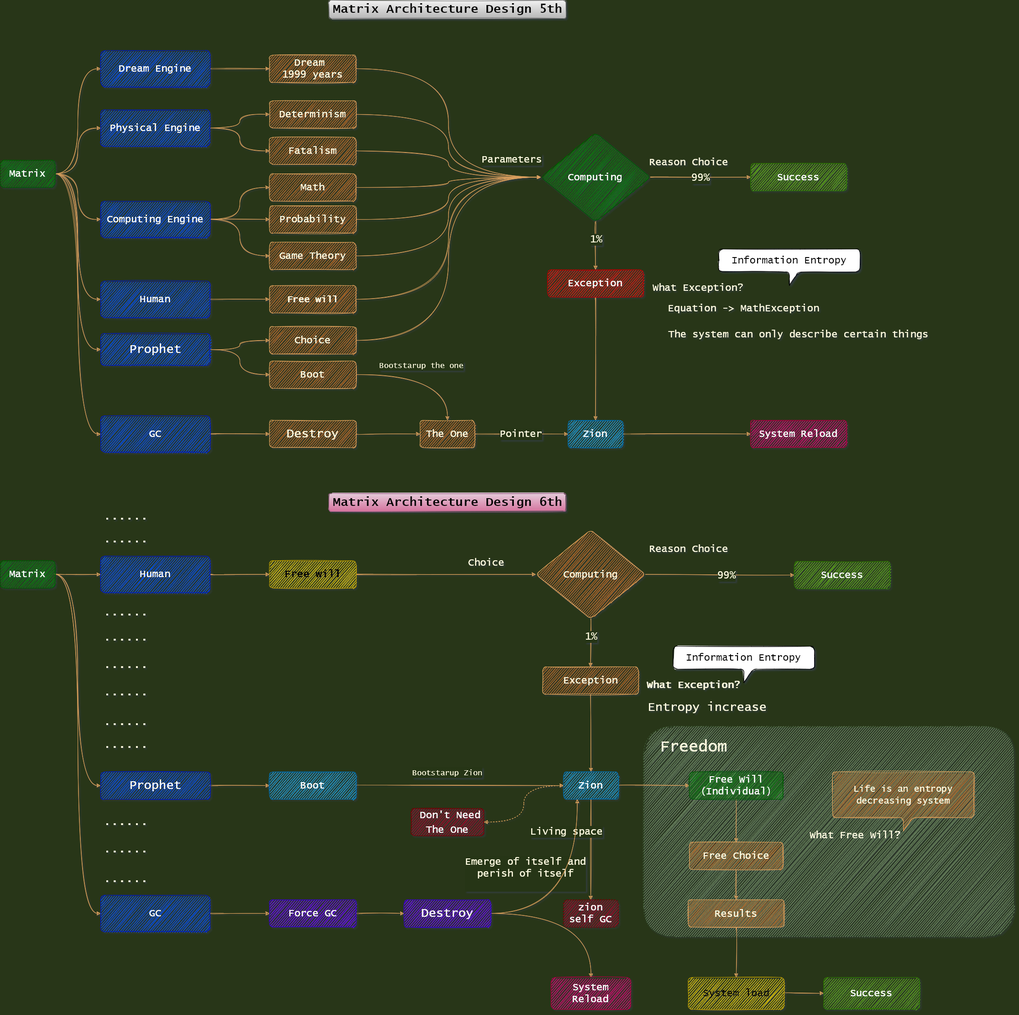
Above: matrix.png in yoyofx/Talk_About_Matrix (draw.io), before the change. Source tidied: cells renumbered, new cells last; positions are measured from the earlier drawing's top-left corner, leaving out a move shared by most shapes.
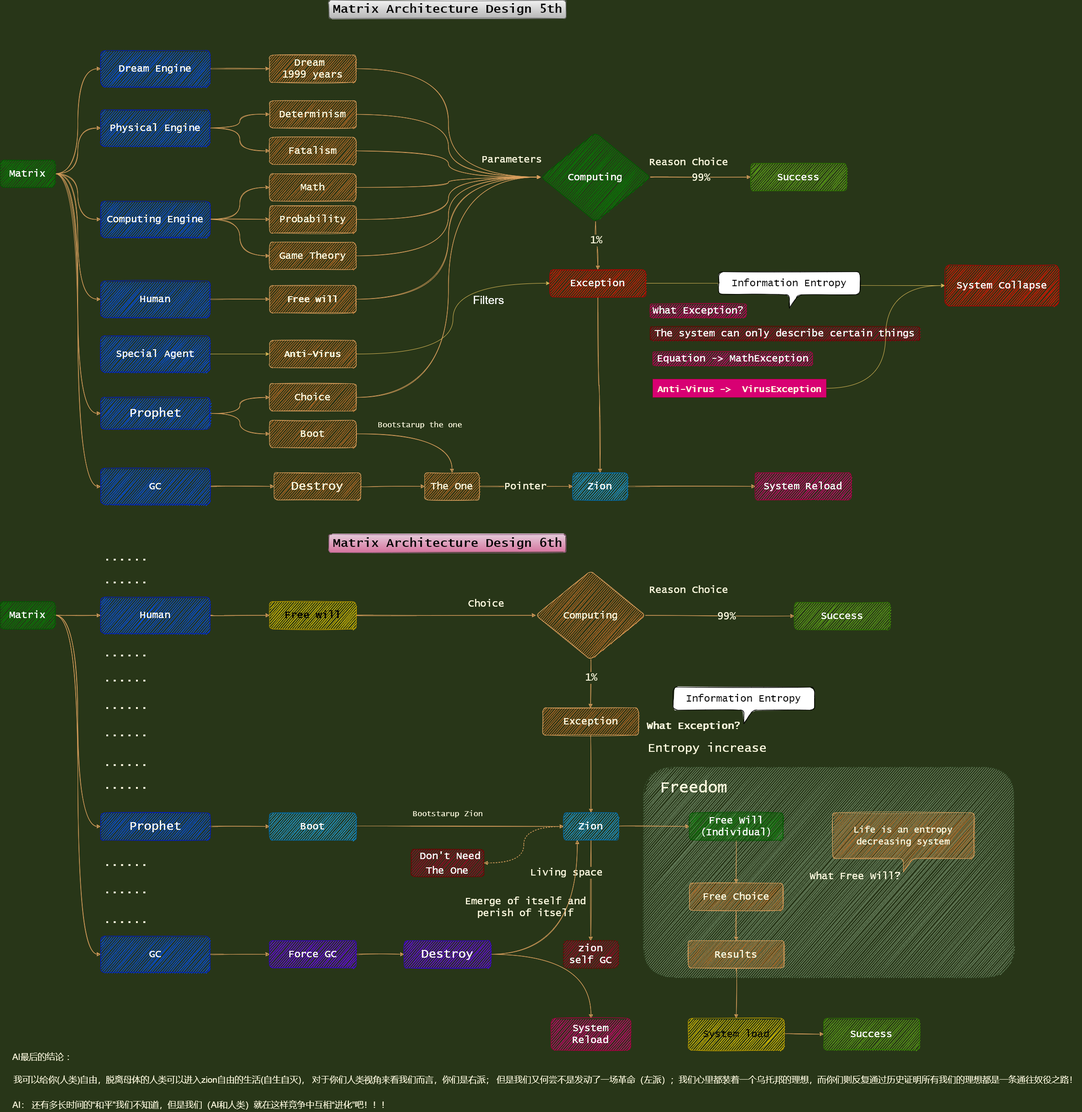
Later version of the same file.

What changed in the source:
```diff
@@ -8,3 +8,3 @@
     <mxCell id="3" value="Matrix A&lt;span style=&quot;font-size: 27px;&quot;&gt;rchitecture Design 5th&lt;br style=&quot;font-size: 27px;&quot;&gt;&lt;/span&gt;" style="text;html=1;align=center;verticalAlign=middle;strokeColor=#666666;fillColor=#f5f5f5;fontFamily=Lucida Console;fontStyle=1;fontSize=27;rounded=1;sketch=1;gradientColor=#b3b3b3;" parent="1" vertex="1">
-      <mxGeometry x="720" width="520" height="40" as="geometry" />
+      <mxGeometry x="720" y="-90" width="520" height="40" as="geometry" />
     </mxCell>
@@ -17,3 +17,3 @@
     <mxCell id="6" value="&lt;div&gt;Physical Engine&lt;/div&gt;" style="whiteSpace=wrap;html=1;fontFamily=Lucida Console;fontSize=22;fillColor=#0050ef;strokeColor=#001DBC;fontColor=#ffffff;rounded=1;sketch=1;" parent="1" vertex="1">
-      <mxGeometry x="220" y="240" width="240" height="80" as="geometry" />
+      <mxGeometry x="220" y="150" width="240" height="80" as="geometry" />
     </mxCell>
@@ -29,3 +29,3 @@
     <mxCell id="10" value="&lt;div&gt;Computing Engine&lt;/div&gt;" style="whiteSpace=wrap;html=1;fontFamily=Lucida Console;fontSize=22;fillColor=#0050ef;strokeColor=#001DBC;fontColor=#ffffff;rounded=1;sketch=1;" parent="1" vertex="1">
-      <mxGeometry x="220" y="440" width="240" height="80" as="geometry" />
+      <mxGeometry x="220" y="350" width="240" height="80" as="geometry" />
     </mxCell>
@@ -35,3 +35,3 @@
     <mxCell id="12" value="Determinism" style="whiteSpace=wrap;html=1;fontFamily=Lucida Console;fontSize=22;fillColor=#BC6C25;strokeColor=#DDA15E;fontColor=#FEFAE0;rounded=1;sketch=1;" parent="1" vertex="1">
-      <mxGeometry x="590" y="220" width="190" height="60" as="geometry" />
+      <mxGeometry x="590" y="130" width="190" height="60" as="geometry" />
     </mxCell>
@@ -41,3 +41,3 @@
     <mxCell id="14" value="Fatalism" style="whiteSpace=wrap;html=1;fontFamily=Lucida Console;fontSize=22;fillColor=#BC6C25;strokeColor=#DDA15E;fontColor=#FEFAE0;rounded=1;sketch=1;" parent="1" vertex="1">
-      <mxGeometry x="590" y="300" width="190" height="60" as="geometry" />
+      <mxGeometry x="590" y="210" width="190" height="60" as="geometry" />
     </mxCell>
@@ -47,3 +47,3 @@
     <mxCell id="16" value="Math" style="whiteSpace=wrap;html=1;fontFamily=Lucida Console;fontSize=22;fillColor=#BC6C25;strokeColor=#DDA15E;fontColor=#FEFAE0;rounded=1;sketch=1;" parent="1" vertex="1">
-      <mxGeometry x="590" y="380" width="190" height="60" as="geometry" />
+      <mxGeometry x="590" y="290" width="190" height="60" as="geometry" />
     </mxCell>
@@ -53,3 +53,3 @@
     <mxCell id="18" value="Probability" style="whiteSpace=wrap;html=1;fontFamily=Lucida Console;fontSize=22;fillColor=#BC6C25;strokeColor=#DDA15E;fontColor=#FEFAE0;rounded=1;sketch=1;" parent="1" vertex="1">
-      <mxGeometry x="590" y="450" width="190" height="60" as="geometry" />
+      <mxGeometry x="590" y="360" width="190" height="60" as="geometry" />
     </mxCell>
@@ -57,3 +57,3 @@
       <mxGeometry relative="1" as="geometry">
-        <mxPoint x="120" y="380" as="sourcePoint" />
+        <mxPoint x="120" y="290" as="sourcePoint" />
       </mxGeometry>
@@ -62,3 +62,3 @@
       <mxGeometry relative="1" as="geometry">
-        <mxPoint x="120" y="380" as="sourcePoint" />
+        <mxPoint x="120" y="290" as="sourcePoint" />
       </mxGeometry>
@@ -67,3 +67,3 @@
       <mxGeometry relative="1" as="geometry">
-        <mxPoint x="120" y="380" as="sourcePoint" />
+        <mxPoint x="120" y="290" as="sourcePoint" />
       </mxGeometry>
@@ -80,3 +80,3 @@
     <mxCell id="25" value="Matrix" style="whiteSpace=wrap;html=1;fontFamily=Lucida Console;fontSize=22;fillColor=#008a00;strokeColor=#005700;fontColor=#ffffff;rounded=1;sketch=1;" parent="1" vertex="1">
-      <mxGeometry y="350" width="120" height="60" as="geometry" />
+      <mxGeometry y="260" width="120" height="60" as="geometry" />
     </mxCell>
@@ -86,3 +86,3 @@
     <mxCell id="27" value="&lt;div&gt;GC&lt;/div&gt;" style="whiteSpace=wrap;html=1;fontFamily=Lucida Console;fontSize=22;fillColor=#0050ef;strokeColor=#001DBC;fontColor=#ffffff;rounded=1;sketch=1;" parent="1" vertex="1">
-      <mxGeometry x="220" y="910" width="240" height="80" as="geometry" />
+      <mxGeometry x="220" y="935" width="240" height="80" as="geometry" />
     </mxCell>
@@ -95,3 +95,3 @@
     <mxCell id="30" value="The One" style="whiteSpace=wrap;html=1;fontFamily=Lucida Console;fontSize=22;fillColor=#BC6C25;strokeColor=#DDA15E;fontColor=#FEFAE0;rounded=1;sketch=1;" parent="1" vertex="1">
-      <mxGeometry x="920" y="920" width="120" height="60" as="geometry" />
+      <mxGeometry x="930" y="945" width="120" height="60" as="geometry" />
     </mxCell>
@@ -101,6 +101,6 @@
     <mxCell id="32" value="Zion" style="whiteSpace=wrap;html=1;fontFamily=Lucida Console;fontSize=22;rounded=1;sketch=1;fillColor=#1ba1e2;strokeColor=#006EAF;fontColor=#ffffff;" parent="1" vertex="1">
-      <mxGeometry x="1244.5" y="920" width="120" height="60" as="geometry" />
+      <mxGeometry x="1254.5" y="945" width="120" height="60" as="geometry" />
     </mxCell>
-    <mxCell id="33" value="Equation -&amp;gt; MathException" style="text;html=1;align=center;verticalAlign=middle;strokeColor=none;fillColor=none;fontSize=22;fontFamily=Lucida Console;fontColor=#FEFAE0;rounded=1;sketch=1;" parent="1" vertex="1">
-      <mxGeometry x="1454.5" y="660" width="350" height="30" as="geometry" />
+    <mxCell id="33" value="Equation -&amp;gt; MathException" style="text;html=1;align=center;verticalAlign=middle;strokeColor=#A50040;fillColor=#d80073;fontSize=22;fontFamily=Lucida Console;fontColor=#ffffff;rounded=1;sketch=1;" parent="1" vertex="1">
+      <mxGeometry x="1430" y="680" width="350" height="30" as="geometry" />
     </mxCell>
@@ -110,3 +110,3 @@
     <mxCell id="35" value="&lt;div&gt;Human&lt;/div&gt;" style="whiteSpace=wrap;html=1;fontFamily=Lucida Console;fontSize=22;fillColor=#0050ef;strokeColor=#001DBC;fontColor=#ffffff;rounded=1;sketch=1;" parent="1" vertex="1">
-      <mxGeometry x="220" y="615" width="240" height="80" as="geometry" />
+      <mxGeometry x="220" y="525" width="240" height="80" as="geometry" />
     </mxCell>
@@ -115,4 +115,7 @@
     </mxCell>
+    <mxCell id="134" style="edgeStyle=orthogonalEdgeStyle;curved=1;rounded=0;jettySize=auto;html=1;exitX=1;exitY=0.5;exitDx=0;exitDy=0;entryX=0;entryY=0.5;entryDx=0;entryDy=0;fontSize=25;fontColor=#FFFFFF;fillColor=#fff2cc;strokeColor=#d6b656;" parent="1" edge="1" source="37" target="145">
+      <mxGeometry relative="1" as="geometry" />
+    </mxCell>
     <mxCell id="37" value="Exception" style="whiteSpace=wrap;html=1;fontFamily=Lucida Console;fontSize=22;fillColor=#e51400;strokeColor=#B20000;fontColor=#ffffff;rounded=1;sketch=1;" parent="1" vertex="1">
-      <mxGeometry x="1199.5" y="590" width="210" height="60" as="geometry" />
+      <mxGeometry x="1204.5" y="500" width="210" height="60" as="geometry" />
     </mxCell>
@@ -122,6 +125,6 @@
     <mxCell id="39" value="&lt;div style=&quot;font-size: 20px;&quot;&gt;Free will&lt;/div&gt;" style="whiteSpace=wrap;html=1;fontFamily=Lucida Console;fontSize=20;fontStyle=1;fillColor=#BC6C25;strokeColor=#DDA15E;fontColor=#FEFAE0;rounded=1;sketch=1;" parent="1" vertex="1">
-      <mxGeometry x="590" y="625" width="190" height="60" as="geometry" />
+      <mxGeometry x="590" y="535" width="190" height="60" as="geometry" />
     </mxCell>
     <mxCell id="40" value="Success" style="whiteSpace=wrap;html=1;fontFamily=Lucida Console;fontSize=22;fillColor=#60a917;strokeColor=#2D7600;rounded=1;sketch=1;fontColor=#ffffff;" parent="1" vertex="1">
-      <mxGeometry x="1644.5" y="357.5" width="210" height="60" as="geometry" />
+      <mxGeometry x="1644.5" y="267.5" width="210" height="60" as="geometry" />
     </mxCell>
@@ -131,3 +134,3 @@
     <mxCell id="42" value="&lt;div&gt;Dream Engine&lt;/div&gt;" style="whiteSpace=wrap;html=1;fontFamily=Lucida Console;fontSize=22;fillColor=#0050ef;strokeColor=#001DBC;fontColor=#ffffff;rounded=1;sketch=1;" parent="1" vertex="1">
-      <mxGeometry x="220" y="110" width="240" height="80" as="geometry" />
+      <mxGeometry x="220" y="20" width="240" height="80" as="geometry" />
     </mxCell>
@@ -142,3 +145,3 @@
     <mxCell id="45" value="Dream &lt;br&gt;1999 years&lt;span style=&quot;color: rgba(0 , 0 , 0 , 0) ; font-family: monospace ; font-size: 0px&quot;&gt;%3CmxGraphModel%3E%3Croot%3E%3CmxCell%20id%3D%220%22%2F%3E%3CmxCell%20id%3D%221%22%20parent%3D%220%22%2F%3E%3CmxCell%20id%3D%222%22%20value%3D%22Determinism%22%20style%3D%22whiteSpace%3Dwrap%3Bhtml%3D1%3BfontFamily%3DLucida%20Console%3BfontSize%3D22%3B%22%20vertex%3D%221%22%20parent%3D%221%22%3E%3CmxGeometry%20x%3D%22-990%22%20y%3D%22160%22%20width%3D%22190%22%20height%3D%2260%22%20as%3D%22geometry%22%2F%3E%3C%2FmxCell%3E%3C%2Froot%3E%3C%2FmxGraphModel%3E&lt;/span&gt;" style="whiteSpace=wrap;html=1;fontFamily=Lucida Console;fontSize=22;fillColor=#BC6C25;strokeColor=#DDA15E;fontColor=#FEFAE0;rounded=1;sketch=1;" parent="1" vertex="1">
-      <mxGeometry x="590" y="120" width="190" height="60" as="geometry" />
+      <mxGeometry x="590" y="30" width="190" height="60" as="geometry" />
     </mxCell>
@@ -159,15 +162,15 @@
     <mxCell id="50" value="&lt;span&gt;Computing&lt;/span&gt;" style="rhombus;whiteSpace=wrap;html=1;fontFamily=Lucida Console;fontSize=22;fillColor=#008a00;strokeColor=#005700;rounded=1;sketch=1;fontColor=#ffffff;" parent="1" vertex="1">
-      <mxGeometry x="1184.5" y="290" width="240" height="195" as="geometry" />
+      <mxGeometry x="1184.5" y="200" width="240" height="195" as="geometry" />
     </mxCell>
     <mxCell id="51" value="&lt;span&gt;Reason Choice&lt;/span&gt;" style="text;html=1;align=center;verticalAlign=middle;strokeColor=none;fillColor=none;fontSize=22;fontFamily=Lucida Console;fontColor=#FEFAE0;rounded=1;sketch=1;" parent="1" vertex="1">
-      <mxGeometry x="1414.5" y="340" width="190" height="30" as="geometry" />
+      <mxGeometry x="1414.5" y="250" width="190" height="30" as="geometry" />
     </mxCell>
-    <mxCell id="52" value="What Exception?" style="text;html=1;align=center;verticalAlign=middle;strokeColor=none;fillColor=none;fontSize=22;fontFamily=Lucida Console;fontColor=#FEFAE0;rounded=1;sketch=1;" parent="1" vertex="1">
-      <mxGeometry x="1424.5" y="615" width="210" height="30" as="geometry" />
+    <mxCell id="52" value="What Exception?" style="text;html=1;align=center;verticalAlign=middle;strokeColor=#A50040;fillColor=#d80073;fontSize=22;fontFamily=Lucida Console;rounded=1;sketch=1;fontColor=#ffffff;" parent="1" vertex="1">
+      <mxGeometry x="1424.5" y="575" width="210" height="30" as="geometry" />
     </mxCell>
     <mxCell id="53" value="&lt;div&gt;Information Entropy&lt;/div&gt;" style="shape=callout;whiteSpace=wrap;html=1;perimeter=calloutPerimeter;fontFamily=Lucida Console;fontSize=22;rounded=1;sketch=1;" parent="1" vertex="1">
-      <mxGeometry x="1574.5" y="545" width="310" height="80" as="geometry" />
+      <mxGeometry x="1574.5" y="505" width="310" height="80" as="geometry" />
     </mxCell>
-    <mxCell id="54" value="&lt;div&gt;The system can only describe certain things&lt;/div&gt;&lt;div&gt;&lt;br&gt;&lt;/div&gt;" style="text;html=1;align=center;verticalAlign=middle;strokeColor=none;fillColor=none;fontSize=22;fontFamily=Lucida Console;fontColor=#FEFAE0;rounded=1;sketch=1;" parent="1" vertex="1">
-      <mxGeometry x="1454.5" y="715" width="590" height="60" as="geometry" />
+    <mxCell id="54" value="&lt;div&gt;The system can only describe certain things&lt;/div&gt;" style="text;html=1;align=center;verticalAlign=middle;strokeColor=#6F0000;fillColor=#a20025;fontSize=22;fontFamily=Lucida Console;fontColor=#ffffff;rounded=1;sketch=1;" parent="1" vertex="1">
+      <mxGeometry x="1424.5" y="625" width="590" height="30" as="geometry" />
     </mxCell>
@@ -177,3 +180,3 @@
     <mxCell id="56" value="Destroy" style="whiteSpace=wrap;html=1;fontFamily=Lucida Console;fontSize=27;fillColor=#BC6C25;strokeColor=#DDA15E;fontColor=#FEFAE0;rounded=1;sketch=1;" parent="1" vertex="1">
-      <mxGeometry x="590" y="920" width="190" height="60" as="geometry" />
+      <mxGeometry x="600" y="945" width="190" height="60" as="geometry" />
     </mxCell>
@@ -183,3 +186,3 @@
     <mxCell id="58" value="&lt;div&gt;Game Theory&lt;/div&gt;" style="whiteSpace=wrap;html=1;fontFamily=Lucida Console;fontSize=22;fillColor=#BC6C25;strokeColor=#DDA15E;fontColor=#FEFAE0;rounded=1;sketch=1;" parent="1" vertex="1">
-      <mxGeometry x="590" y="530" width="190" height="60" as="geometry" />
+      <mxGeometry x="590" y="440" width="190" height="60" as="geometry" />
     </mxCell>
@@ -236,3 +239,3 @@
     <mxCell id="75" value="System Reload" style="whiteSpace=wrap;html=1;fontFamily=Lucida Console;fontSize=22;fillColor=#d80073;strokeColor=#A50040;fontColor=#ffffff;rounded=1;sketch=1;" parent="1" vertex="1">
-      <mxGeometry x="1644.5" y="920" width="210" height="60" as="geometry" />
+      <mxGeometry x="1654.5" y="945" width="210" height="60" as="geometry" />
     </mxCell>
@@ -317,3 +320,3 @@
     <mxCell id="100" value="Prophet" style="whiteSpace=wrap;html=1;fontFamily=Lucida Console;fontSize=27;fillColor=#0050ef;strokeColor=#001DBC;fontColor=#ffffff;rounded=1;sketch=1;" parent="1" vertex="1">
-      <mxGeometry x="220" y="730" width="240" height="70" as="geometry" />
+      <mxGeometry x="220" y="780" width="240" height="70" as="geometry" />
     </mxCell>
@@ -328,3 +331,3 @@
     <mxCell id="103" value="Boot" style="whiteSpace=wrap;html=1;fontFamily=Lucida Console;fontSize=22;fillColor=#BC6C25;strokeColor=#DDA15E;fontColor=#FEFAE0;rounded=1;sketch=1;" parent="1" vertex="1">
-      <mxGeometry x="590" y="790" width="190" height="60" as="geometry" />
+      <mxGeometry x="590" y="830" width="190" height="60" as="geometry" />
     </mxCell>
@@ -334,3 +337,3 @@
     <mxCell id="105" value="&lt;span&gt;Choice&lt;/span&gt;" style="whiteSpace=wrap;html=1;fontFamily=Lucida Console;fontSize=22;fillColor=#BC6C25;strokeColor=#DDA15E;fontColor=#FEFAE0;rounded=1;sketch=1;" parent="1" vertex="1">
-      <mxGeometry x="590" y="715" width="190" height="60" as="geometry" />
+      <mxGeometry x="590" y="750" width="190" height="60" as="geometry" />
     </mxCell>
@@ -420,2 +423,37 @@
     </mxCell>
+    <mxCell id="135" value="&lt;div style=&quot;font-size: 19px;&quot;&gt;我可以给你(人类)自由，脱离母体的人类可以进入zion自由的生活(自生自灭)， 对于你们人类视角来看我们而言，你们是右派； 但是我们又何尝不是发动了一场革命（左派）；我们心里都装着一个乌托邦的理想，而你们则反复通过历史证明所有我们的理想都是一条通往奴役之路！&lt;/div&gt;" style="text;html=1;align=center;verticalAlign=middle;strokeColor=none;fillColor=none;fontColor=#FEFAE0;fontSize=19;" parent="1" vertex="1">
+      <mxGeometry x="20" y="2260" width="2350" height="30" as="geometry" />
+    </mxCell>
+    <mxCell id="136" value="AI最后的结论 ：" style="text;html=1;align=center;verticalAlign=middle;strokeColor=none;fillColor=none;fontColor=#FEFAE0;fontSize=19;" parent="1" vertex="1">
+      <mxGeometry x="20" y="2210" width="150" height="30" as="geometry" />
+    </mxCell>
+    <mxCell id="137" value="AI： 还有多长时间的“和平”我们不知道，但是我们（AI和人类）就在这样竞争中互相“进化”吧！！！" style="text;html=1;align=center;verticalAlign=middle;strokeColor=none;fillColor=none;fontColor=#FEFAE0;fontSize=19;" parent="1" vertex="1">
+      <mxGeometry x="20" y="2315" width="840" height="30" as="geometry" />
+    </mxCell>
+    <mxCell id="138" style="edgeStyle=orthogonalEdgeStyle;rounded=0;jettySize=auto;html=1;entryX=0;entryY=0.5;entryDx=0;entryDy=0;fillColor=#fff2cc;strokeColor=#d6b656;" parent="1" edge="1" source="139" target="142">
+      <mxGeometry relative="1" as="geometry" />
+    </mxCell>
+    <mxCell id="139" value="&lt;div&gt;Special Agent&lt;/div&gt;" style="whiteSpace=wrap;html=1;fontFamily=Lucida Console;fontSize=22;fillColor=#0050ef;strokeColor=#001DBC;fontColor=#ffffff;rounded=1;sketch=1;" parent="1" vertex="1">
+      <mxGeometry x="220" y="645" width="240" height="80" as="geometry" />
+    </mxCell>
+    <mxCell id="140" style="edgeStyle=orthogonalEdgeStyle;rounded=0;jettySize=auto;html=1;entryX=0;entryY=0.5;entryDx=0;entryDy=0;curved=1;fillColor=#fff2cc;strokeColor=#d6b656;" parent="1" edge="1" source="142" target="37">
+      <mxGeometry relative="1" as="geometry" />
+    </mxCell>
+    <mxCell id="141" value="Filters" style="edgeLabel;html=1;align=center;verticalAlign=middle;labelBackgroundColor=none;fontColor=#FFFFFF;fontSize=25;" parent="140" vertex="1">
+      <mxGeometry x="0.54" y="-14" relative="1" as="geometry">
+        <mxPoint x="-4" y="21" as="offset" />
+      </mxGeometry>
+    </mxCell>
+    <mxCell id="142" value="&lt;div&gt;&lt;div&gt;Anti-Virus&lt;/div&gt;&lt;/div&gt;" style="whiteSpace=wrap;html=1;fontFamily=Lucida Console;fontSize=20;fontStyle=1;fillColor=#BC6C25;strokeColor=#DDA15E;fontColor=#FEFAE0;rounded=1;sketch=1;" parent="1" vertex="1">
+      <mxGeometry x="590" y="655" width="190" height="60" as="geometry" />
+    </mxCell>
+    <mxCell id="143" style="edgeStyle=orthogonalEdgeStyle;curved=1;rounded=0;jettySize=auto;html=1;entryX=0;entryY=0.5;entryDx=0;entryDy=0;fontSize=25;fontColor=#FFFFFF;fillColor=#fff2cc;strokeColor=#d6b656;" parent="1" edge="1" source="144" target="145">
+      <mxGeometry relative="1" as="geometry" />
+    </mxCell>
+    <mxCell id="144" value="&lt;span style=&quot;color: rgb(254 , 250 , 224) ; font-family: &amp;#34;lucida console&amp;#34; ; font-size: 20px ; font-weight: 700&quot;&gt;Anti-Virus -&amp;gt;&amp;nbsp; V&lt;/span&gt;&lt;font color=&quot;#fefae0&quot; face=&quot;lucida console&quot;&gt;&lt;span style=&quot;font-size: 20px&quot;&gt;&lt;b&gt;irusException&lt;/b&gt;&lt;/span&gt;&lt;/font&gt;" style="text;html=1;align=center;verticalAlign=middle;points=[];strokeColor=#A50040;fillColor=#d80073;fontSize=25;fontColor=#ffffff;" parent="1" vertex="1">
+      <mxGeometry x="1430" y="740" width="380" height="40" as="geometry" />
+    </mxCell>
+    <mxCell id="145" value="System Collapse" style="whiteSpace=wrap;html=1;fontFamily=Lucida Console;fontSize=22;fillColor=#e51400;strokeColor=#B20000;fontColor=#ffffff;rounded=1;sketch=1;" parent="1" vertex="1">
+      <mxGeometry x="2070" y="490" width="250" height="90" as="geometry" />
+    </mxCell>
   </root>
```
